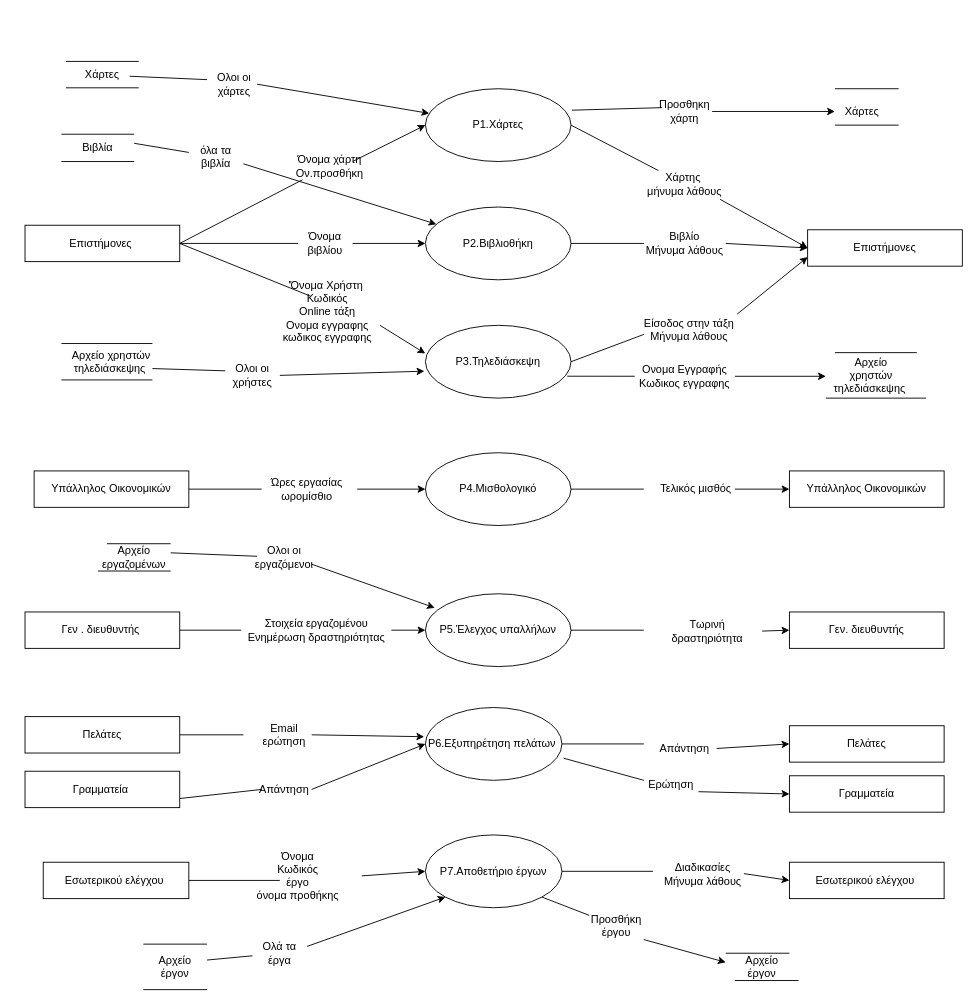
This is dfd2.drawio from vag4me/Information_system, a draw.io file, before an edit. Source tidied: cells renumbered, new cells numbered last; positions are measured from the earlier drawing's top-left corner, leaving out a move shared by most shapes. Both pictures are drawn from the tidied source at 91%, with x=0, y=0 at pixel (25, 61).
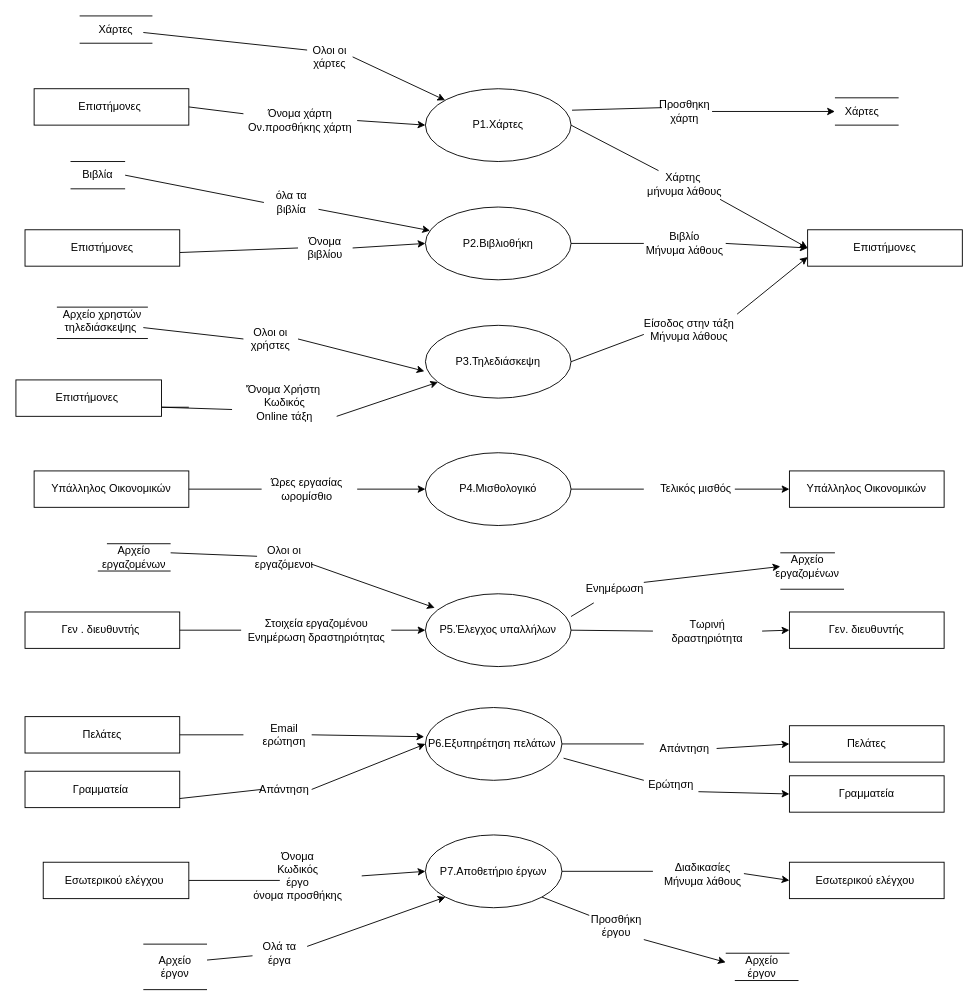
Above is the later version.

Unchanged cells that the change refers to:
```xml
<mxCell id="3" value="Ρ1.Χάρτες" style="ellipse;whiteSpace=wrap;html=1;align=center;" parent="1" vertex="1">
  <mxGeometry x="440" y="30" width="160" height="80" as="geometry" />
</mxCell>
<mxCell id="11" value="Ρ3.Τηλεδιάσκεψη" style="ellipse;whiteSpace=wrap;html=1;align=center;" parent="1" vertex="1">
  <mxGeometry x="440" y="290" width="160" height="80" as="geometry" />
</mxCell>
<mxCell id="37" value="Ρ5.Έλεγχος υπαλλήλων" style="ellipse;whiteSpace=wrap;html=1;align=center;" parent="1" vertex="1">
  <mxGeometry x="440" y="585" width="160" height="80" as="geometry" />
</mxCell>
<mxCell id="40" value="Τωρινή δραστηριότητα" style="text;html=1;strokeColor=none;fillColor=none;align=center;verticalAlign=middle;whiteSpace=wrap;rounded=0;" parent="1" vertex="1">
  <mxGeometry x="690" y="611" width="120" height="30" as="geometry" />
</mxCell>
<mxCell id="113" value="Χάρτες" style="text;html=1;strokeColor=none;fillColor=none;align=center;verticalAlign=middle;whiteSpace=wrap;rounded=0;" parent="1" vertex="1">
  <mxGeometry x="890" y="40" width="60" height="30" as="geometry" />
</mxCell>
```

What changed in the source:
```diff
@@
     <mxCell id="2" value="Επιστήμονες&amp;nbsp;" style="rounded=0;whiteSpace=wrap;html=1;" parent="1" vertex="1">
-      <mxGeometry y="180" width="170" height="40" as="geometry" />
+      <mxGeometry x="10" y="30" width="170" height="40" as="geometry" />
     </mxCell>
@@
-    <mxCell id="4" style="endArrow=none;html=1;rounded=0;exitX=1;exitY=0.5;exitDx=0;exitDy=0;entryX=0;entryY=1;entryDx=0;entryDy=0;" parent="1" edge="1" source="2" target="5">
+    <mxCell id="4" style="endArrow=none;html=1;rounded=0;exitX=1;exitY=0.5;exitDx=0;exitDy=0;entryX=0;entryY=0.25;entryDx=0;entryDy=0;" parent="1" edge="1" source="2" target="5">
       <mxGeometry relative="1" as="geometry" />
     </mxCell>
-    <mxCell id="5" value="Όνομα χάρτη&lt;br&gt;Ον.προσθήκη" style="text;html=1;strokeColor=none;fillColor=none;align=center;verticalAlign=middle;whiteSpace=wrap;rounded=0;" parent="1" vertex="1">
-      <mxGeometry x="305" y="100" width="60" height="30" as="geometry" />
+    <mxCell id="5" value="Όνομα χάρτη&lt;br&gt;Ον.προσθήκης χάρτη" style="text;html=1;strokeColor=none;fillColor=none;align=center;verticalAlign=middle;whiteSpace=wrap;rounded=0;" parent="1" vertex="1">
+      <mxGeometry x="240" y="50" width="125" height="30" as="geometry" />
     </mxCell>
-    <mxCell id="6" style="endArrow=classic;html=1;rounded=0;entryX=0;entryY=0.5;entryDx=0;entryDy=0;" parent="1" edge="1" target="3">
-      <mxGeometry relative="1" as="geometry">
-        <mxPoint x="360" y="110" as="sourcePoint" />
-      </mxGeometry>
+    <mxCell id="6" style="endArrow=classic;html=1;rounded=0;entryX=0;entryY=0.5;entryDx=0;entryDy=0;exitX=1;exitY=0.5;exitDx=0;exitDy=0;" parent="1" edge="1" source="5" target="3">
+      <mxGeometry relative="1" as="geometry" />
     </mxCell>
@@
-    <mxCell id="8" style="endArrow=none;html=1;rounded=0;exitX=1;exitY=0.5;exitDx=0;exitDy=0;entryX=0;entryY=0.5;entryDx=0;entryDy=0;" parent="1" edge="1" source="2" target="9">
-      <mxGeometry relative="1" as="geometry" />
+    <mxCell id="8" style="endArrow=none;html=1;rounded=0;entryX=0;entryY=0.5;entryDx=0;entryDy=0;" parent="1" edge="1" target="9">
+      <mxGeometry relative="1" as="geometry">
+        <mxPoint x="170" y="210" as="sourcePoint" />
+      </mxGeometry>
     </mxCell>
     <mxCell id="9" value="Όνομα βιβλίου" style="text;html=1;strokeColor=none;fillColor=none;align=center;verticalAlign=middle;whiteSpace=wrap;rounded=0;" parent="1" vertex="1">
-      <mxGeometry x="300" y="185" width="60" height="30" as="geometry" />
+      <mxGeometry x="300" y="190" width="60" height="30" as="geometry" />
     </mxCell>
@@
-    <mxCell id="12" style="endArrow=none;html=1;rounded=0;exitX=1;exitY=0.5;exitDx=0;exitDy=0;entryX=0.337;entryY=-0.068;entryDx=0;entryDy=0;entryPerimeter=0;" parent="1" edge="1" source="2" target="13">
-      <mxGeometry relative="1" as="geometry" />
+    <mxCell id="12" style="endArrow=none;html=1;rounded=0;entryX=0;entryY=0.75;entryDx=0;entryDy=0;" parent="1" edge="1" target="13">
+      <mxGeometry relative="1" as="geometry">
+        <mxPoint x="180" y="380" as="sourcePoint" />
+        <Array as="points">
+          <mxPoint x="150" y="380" />
+        </Array>
+      </mxGeometry>
     </mxCell>
-    <mxCell id="13" value="'Όνομα Χρήστη&amp;nbsp;&lt;br&gt;Κωδικός&lt;br&gt;Online τάξη&lt;br&gt;Ονομα εγγραφης&lt;br&gt;κωδικος εγγραφης" style="text;html=1;strokeColor=none;fillColor=none;align=center;verticalAlign=middle;whiteSpace=wrap;rounded=0;" parent="1" vertex="1">
-      <mxGeometry x="275" y="260" width="115" height="30" as="geometry" />
+    <mxCell id="13" value="'Όνομα Χρήστη&amp;nbsp;&lt;br&gt;Κωδικός&lt;br&gt;Online τάξη" style="text;html=1;strokeColor=none;fillColor=none;align=center;verticalAlign=middle;whiteSpace=wrap;rounded=0;" parent="1" vertex="1">
+      <mxGeometry x="227.5" y="360" width="115" height="30" as="geometry" />
     </mxCell>
-    <mxCell id="14" style="endArrow=classic;html=1;rounded=0;entryX=-0.001;entryY=0.387;entryDx=0;entryDy=0;exitX=1;exitY=1;exitDx=0;exitDy=0;entryPerimeter=0;" parent="1" edge="1" source="13" target="11">
+    <mxCell id="14" style="endArrow=classic;html=1;rounded=0;exitX=1;exitY=1;exitDx=0;exitDy=0;" parent="1" edge="1" source="13" target="11">
       <mxGeometry relative="1" as="geometry" />
     </mxCell>
@@
-    <mxCell id="39" style="endArrow=none;html=1;rounded=0;exitX=1;exitY=0.5;exitDx=0;exitDy=0;" parent="1" edge="1" source="37">
-      <mxGeometry relative="1" as="geometry">
-        <mxPoint x="680" y="625" as="targetPoint" />
-      </mxGeometry>
+    <mxCell id="39" style="endArrow=none;html=1;rounded=0;exitX=1;exitY=0.5;exitDx=0;exitDy=0;entryX=0;entryY=0.5;entryDx=0;entryDy=0;" parent="1" edge="1" source="37" target="40">
+      <mxGeometry relative="1" as="geometry" />
     </mxCell>
@@
-    <mxCell id="63" value="Όνομα&lt;br&gt;Κωδικός&lt;br&gt;έργο&lt;br&gt;όνομα προθήκης" style="text;html=1;strokeColor=none;fillColor=none;align=center;verticalAlign=middle;whiteSpace=wrap;rounded=0;" parent="1" vertex="1">
+    <mxCell id="63" value="Όνομα&lt;br&gt;Κωδικός&lt;br&gt;έργο&lt;br&gt;όνομα προσθήκης" style="text;html=1;strokeColor=none;fillColor=none;align=center;verticalAlign=middle;whiteSpace=wrap;rounded=0;" parent="1" vertex="1">
       <mxGeometry x="230" y="880" width="140" height="30" as="geometry" />
     </mxCell>
@@
-    <mxCell id="69" style="endArrow=none;html=1;rounded=0;" parent="1" edge="1">
-      <mxGeometry relative="1" as="geometry">
-        <mxPoint x="45" as="sourcePoint" />
-        <mxPoint x="125" as="targetPoint" />
-      </mxGeometry>
-    </mxCell>
     <mxCell id="70" value="Χάρτες" style="text;html=1;strokeColor=none;fillColor=none;align=center;verticalAlign=middle;whiteSpace=wrap;rounded=0;" parent="1" vertex="1">
-      <mxGeometry x="55" width="60" height="30" as="geometry" />
+      <mxGeometry x="70" y="-50" width="60" height="30" as="geometry" />
     </mxCell>
-    <mxCell id="71" style="endArrow=none;html=1;rounded=0;" parent="1" edge="1" target="70">
-      <mxGeometry relative="1" as="geometry">
-        <mxPoint x="200" y="20" as="sourcePoint" />
-      </mxGeometry>
+    <mxCell id="71" style="endArrow=none;html=1;rounded=0;exitX=0;exitY=0.25;exitDx=0;exitDy=0;" parent="1" edge="1" source="72" target="70">
+      <mxGeometry relative="1" as="geometry" />
     </mxCell>
     <mxCell id="72" value="Ολοι οι χάρτες" style="text;html=1;strokeColor=none;fillColor=none;align=center;verticalAlign=middle;whiteSpace=wrap;rounded=0;" parent="1" vertex="1">
-      <mxGeometry x="205" y="10" width="50" height="30" as="geometry" />
+      <mxGeometry x="310" y="-20" width="50" height="30" as="geometry" />
     </mxCell>
-    <mxCell id="73" style="endArrow=none;html=1;rounded=0;" parent="1" edge="1">
-      <mxGeometry relative="1" as="geometry">
-        <mxPoint x="45" y="29" as="sourcePoint" />
-        <mxPoint x="125" y="29" as="targetPoint" />
-      </mxGeometry>
-    </mxCell>
@@
-    <mxCell id="75" style="endArrow=none;html=1;rounded=0;" parent="1" edge="1">
-      <mxGeometry relative="1" as="geometry">
-        <mxPoint x="40" y="80" as="sourcePoint" />
-        <mxPoint x="120" y="80" as="targetPoint" />
-      </mxGeometry>
+    <mxCell id="75" style="endArrow=none;html=1;rounded=0;entryX=1;entryY=0;entryDx=0;entryDy=0;exitX=0;exitY=0;exitDx=0;exitDy=0;" parent="1" edge="1" source="77" target="77">
+      <mxGeometry relative="1" as="geometry" />
     </mxCell>
-    <mxCell id="76" style="endArrow=none;html=1;rounded=0;" parent="1" edge="1">
-      <mxGeometry relative="1" as="geometry">
-        <mxPoint x="40" y="110" as="sourcePoint" />
-        <mxPoint x="120" y="110" as="targetPoint" />
-      </mxGeometry>
+    <mxCell id="76" style="endArrow=none;html=1;rounded=0;entryX=1;entryY=1;entryDx=0;entryDy=0;exitX=0;exitY=1;exitDx=0;exitDy=0;" parent="1" edge="1" source="77" target="77">
+      <mxGeometry relative="1" as="geometry" />
     </mxCell>
     <mxCell id="77" value="Βιβλία" style="text;html=1;strokeColor=none;fillColor=none;align=center;verticalAlign=middle;whiteSpace=wrap;rounded=0;" parent="1" vertex="1">
-      <mxGeometry x="50" y="80" width="60" height="30" as="geometry" />
+      <mxGeometry x="50" y="110" width="60" height="30" as="geometry" />
     </mxCell>
-    <mxCell id="78" style="endArrow=none;html=1;rounded=0;" parent="1" edge="1">
-      <mxGeometry relative="1" as="geometry">
-        <mxPoint x="120" y="90" as="sourcePoint" />
-        <mxPoint x="180" y="100" as="targetPoint" />
-      </mxGeometry>
-    </mxCell>
     <mxCell id="79" value="όλα τα βιβλία" style="text;html=1;strokeColor=none;fillColor=none;align=center;verticalAlign=middle;whiteSpace=wrap;rounded=0;" parent="1" vertex="1">
-      <mxGeometry x="180" y="90" width="60" height="30" as="geometry" />
+      <mxGeometry x="262.5" y="140" width="60" height="30" as="geometry" />
     </mxCell>
@@
     <mxCell id="81" style="endArrow=none;html=1;rounded=0;" parent="1" edge="1">
       <mxGeometry relative="1" as="geometry">
-        <mxPoint x="40" y="310" as="sourcePoint" />
-        <mxPoint x="140" y="310" as="targetPoint" />
+        <mxPoint x="35" y="270" as="sourcePoint" />
+        <mxPoint x="135" y="270" as="targetPoint" />
       </mxGeometry>
     </mxCell>
     <mxCell id="82" value="Αρχείο χρηστών τηλεδιάσκεψης&amp;nbsp;" style="text;html=1;strokeColor=none;fillColor=none;align=center;verticalAlign=middle;whiteSpace=wrap;rounded=0;" parent="1" vertex="1">
-      <mxGeometry x="50" y="315" width="90" height="30" as="geometry" />
+      <mxGeometry x="40" y="270" width="90" height="30" as="geometry" />
     </mxCell>
     <mxCell id="83" style="endArrow=none;html=1;rounded=0;" parent="1" edge="1">
       <mxGeometry relative="1" as="geometry">
-        <mxPoint x="40" y="350" as="sourcePoint" />
-        <mxPoint x="140" y="350" as="targetPoint" />
+        <mxPoint x="35" y="304.5" as="sourcePoint" />
+        <mxPoint x="135" y="304.5" as="targetPoint" />
       </mxGeometry>
     </mxCell>
-    <mxCell id="84" style="endArrow=none;html=1;rounded=0;exitX=1;exitY=0.75;exitDx=0;exitDy=0;" parent="1" edge="1" source="82">
-      <mxGeometry relative="1" as="geometry">
-        <mxPoint x="220" y="340" as="targetPoint" />
-      </mxGeometry>
+    <mxCell id="84" style="endArrow=none;html=1;rounded=0;exitX=1;exitY=0.75;exitDx=0;exitDy=0;entryX=0;entryY=0.5;entryDx=0;entryDy=0;" parent="1" edge="1" source="82" target="85">
+      <mxGeometry relative="1" as="geometry" />
     </mxCell>
     <mxCell id="85" value="Ολοι οι χρήστες" style="text;html=1;strokeColor=none;fillColor=none;align=center;verticalAlign=middle;whiteSpace=wrap;rounded=0;" parent="1" vertex="1">
-      <mxGeometry x="220" y="330" width="60" height="30" as="geometry" />
+      <mxGeometry x="240" y="290" width="60" height="30" as="geometry" />
     </mxCell>
@@
-    <mxCell id="105" style="endArrow=none;html=1;rounded=0;" parent="1" edge="1">
-      <mxGeometry relative="1" as="geometry">
-        <mxPoint x="890" y="320" as="sourcePoint" />
-        <mxPoint x="980" y="320" as="targetPoint" />
-      </mxGeometry>
-    </mxCell>
-    <mxCell id="106" value="Αρχείο χρηστών τηλεδιάσκεψης&amp;nbsp;" style="text;html=1;strokeColor=none;fillColor=none;align=center;verticalAlign=middle;whiteSpace=wrap;rounded=0;" parent="1" vertex="1">
-      <mxGeometry x="900" y="330" width="60" height="30" as="geometry" />
-    </mxCell>
-    <mxCell id="107" style="endArrow=none;html=1;rounded=0;" parent="1" edge="1">
-      <mxGeometry relative="1" as="geometry">
-        <mxPoint x="880" y="370" as="sourcePoint" />
-        <mxPoint x="990" y="370" as="targetPoint" />
-      </mxGeometry>
-    </mxCell>
-    <mxCell id="108" style="endArrow=none;html=1;rounded=0;exitX=0.974;exitY=0.699;exitDx=0;exitDy=0;exitPerimeter=0;" parent="1" edge="1" source="11" target="109">
-      <mxGeometry relative="1" as="geometry" />
-    </mxCell>
-    <mxCell id="109" value="Ονομα Εγγραφής&lt;br&gt;Κωδικος εγγραφης" style="text;html=1;strokeColor=none;fillColor=none;align=center;verticalAlign=middle;whiteSpace=wrap;rounded=0;" parent="1" vertex="1">
-      <mxGeometry x="670" y="331" width="110" height="30" as="geometry" />
-    </mxCell>
-    <mxCell id="110" style="endArrow=classic;html=1;rounded=0;exitX=1;exitY=0.5;exitDx=0;exitDy=0;" parent="1" edge="1" source="109">
-      <mxGeometry relative="1" as="geometry">
-        <mxPoint x="880" y="346" as="targetPoint" />
-      </mxGeometry>
-    </mxCell>
-    <mxCell id="111" style="endArrow=none;html=1;rounded=0;" parent="1" edge="1">
+    <mxCell id="111" style="endArrow=none;html=1;rounded=0;exitX=0;exitY=0;exitDx=0;exitDy=0;" parent="1" edge="1" source="113">
       <mxGeometry relative="1" as="geometry">
-        <mxPoint x="890" y="30" as="sourcePoint" />
-        <mxPoint x="960" y="30" as="targetPoint" />
+        <mxPoint x="960" y="40" as="targetPoint" />
       </mxGeometry>
     </mxCell>
@@
+    <mxCell id="117" style="endArrow=none;html=1;rounded=0;exitX=1;exitY=0.5;exitDx=0;exitDy=0;entryX=0;entryY=0.5;entryDx=0;entryDy=0;" parent="1" edge="1" source="77" target="79">
+      <mxGeometry relative="1" as="geometry" />
+    </mxCell>
+    <mxCell id="118" value="Επιστήμονες" style="whiteSpace=wrap;html=1;align=center;" parent="1" vertex="1">
+      <mxGeometry y="185" width="170" height="40" as="geometry" />
+    </mxCell>
+    <mxCell id="119" value="Επιστήμονες&amp;nbsp;" style="whiteSpace=wrap;html=1;align=center;" parent="1" vertex="1">
+      <mxGeometry x="-10" y="350" width="160" height="40" as="geometry" />
+    </mxCell>
+    <mxCell id="120" style="endArrow=none;html=1;rounded=0;" parent="1" edge="1">
+      <mxGeometry relative="1" as="geometry">
+        <mxPoint x="60" y="-50" as="sourcePoint" />
+        <mxPoint x="140" y="-50" as="targetPoint" />
+      </mxGeometry>
+    </mxCell>
+    <mxCell id="121" style="endArrow=none;html=1;rounded=0;" parent="1" edge="1">
+      <mxGeometry relative="1" as="geometry">
+        <mxPoint x="60" y="-20" as="sourcePoint" />
+        <mxPoint x="140" y="-20" as="targetPoint" />
+      </mxGeometry>
+    </mxCell>
+    <mxCell id="122" style="endArrow=none;html=1;rounded=0;" parent="1" edge="1">
+      <mxGeometry relative="1" as="geometry">
+        <mxPoint x="830" y="540" as="sourcePoint" />
+        <mxPoint x="890" y="540" as="targetPoint" />
+      </mxGeometry>
+    </mxCell>
+    <mxCell id="123" value="Αρχείο εργαζομένων" style="text;html=1;strokeColor=none;fillColor=none;align=center;verticalAlign=middle;whiteSpace=wrap;rounded=0;" parent="1" vertex="1">
+      <mxGeometry x="830" y="540" width="60" height="30" as="geometry" />
+    </mxCell>
+    <mxCell id="124" style="endArrow=none;html=1;rounded=0;" parent="1" edge="1">
+      <mxGeometry relative="1" as="geometry">
+        <mxPoint x="830" y="580" as="sourcePoint" />
+        <mxPoint x="900" y="580" as="targetPoint" />
+      </mxGeometry>
+    </mxCell>
+    <mxCell id="125" style="endArrow=none;html=1;rounded=0;" parent="1" edge="1" target="126">
+      <mxGeometry relative="1" as="geometry">
+        <mxPoint x="600" y="610" as="sourcePoint" />
+      </mxGeometry>
+    </mxCell>
+    <mxCell id="126" value="Ενημέρωση&amp;nbsp;" style="text;html=1;strokeColor=none;fillColor=none;align=center;verticalAlign=middle;whiteSpace=wrap;rounded=0;" parent="1" vertex="1">
+      <mxGeometry x="620" y="565" width="60" height="30" as="geometry" />
+    </mxCell>
+    <mxCell id="127" style="endArrow=classic;html=1;rounded=0;exitX=1;exitY=0.25;exitDx=0;exitDy=0;entryX=0;entryY=0.5;entryDx=0;entryDy=0;" parent="1" edge="1" source="126" target="123">
+      <mxGeometry relative="1" as="geometry" />
+    </mxCell>
```
